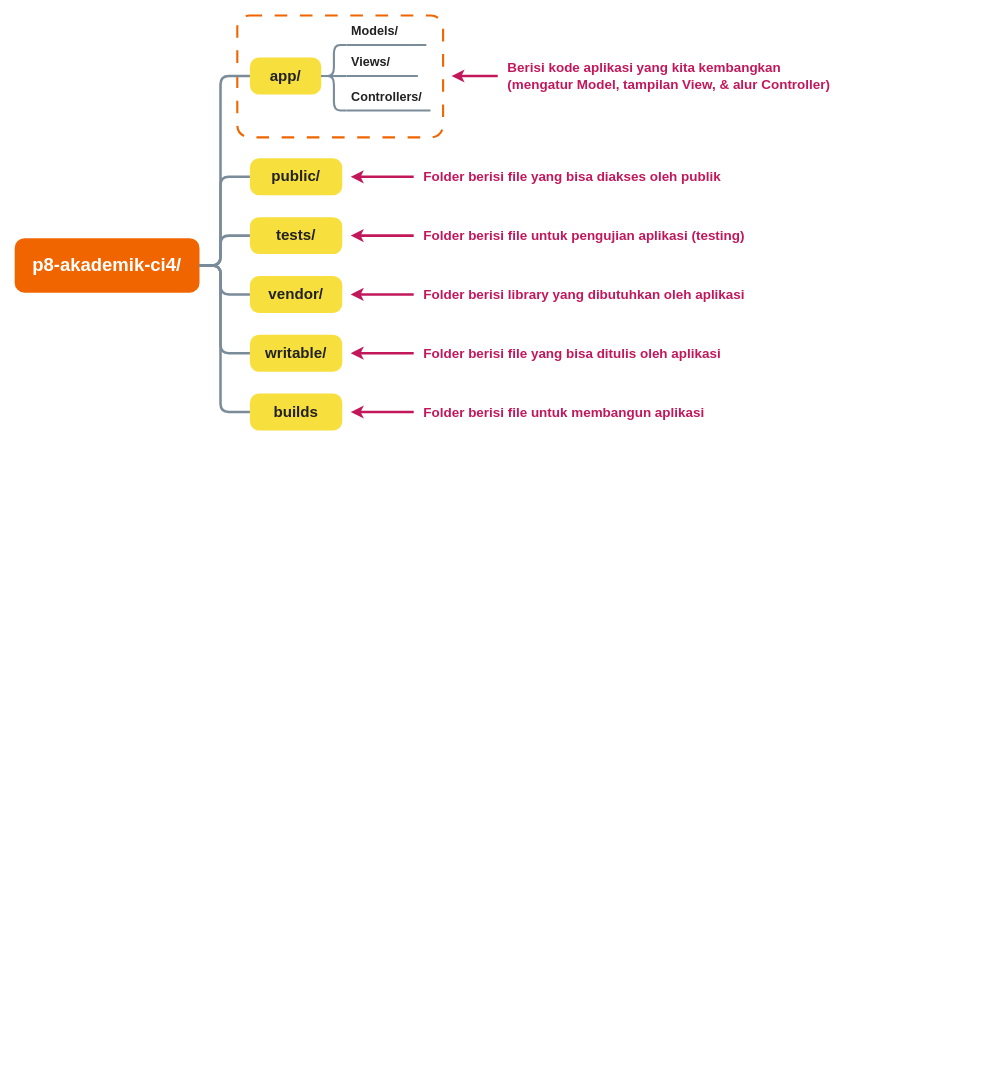
The draw.io diagram Struktur Folder Asprak PBW.drawio in xnoname2003/flowchart, before the edit. Source tidied: cells renumbered, new cells numbered last; positions are measured from the earlier drawing's top-left corner, leaving out a move shared by most shapes. Both pictures are drawn from the tidied source at 84%, with x=0, y=0 at pixel (14, 15).
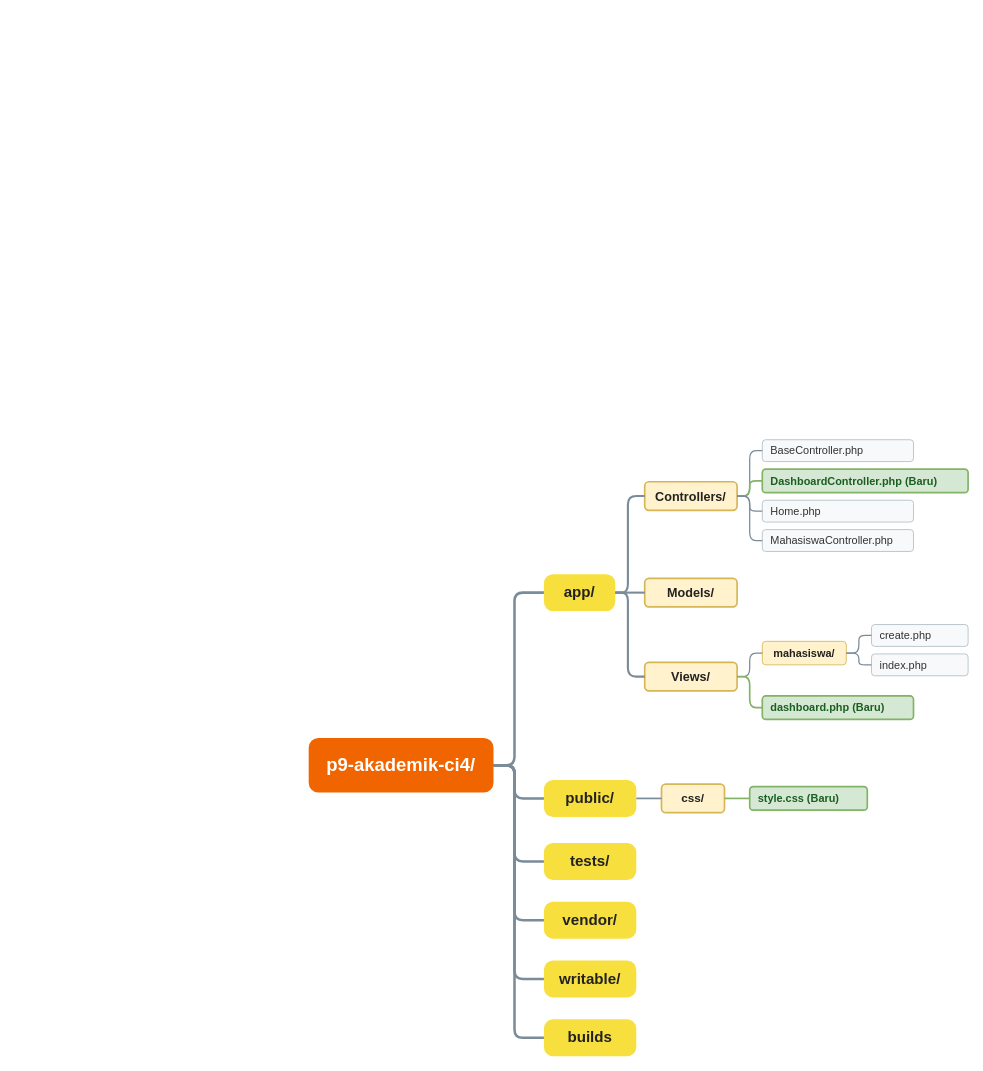
After the change.

The edit, as a diff of the source:
```diff
@@
-    <mxCell id="2" value="p8-akademik-ci4/" style="rounded=1;whiteSpace=wrap;html=1;fillColor=#F06500;strokeColor=none;fontColor=#FFFFFF;fontSize=22;fontStyle=1;arcSize=18;" parent="1" vertex="1">
-      <mxGeometry y="265" width="220" height="65" as="geometry" />
-    </mxCell>
-    <mxCell id="3" style="rounded=1;whiteSpace=wrap;html=1;fillColor=none;strokeColor=#F06500;strokeWidth=2.5;dashed=1;dashPattern=6 6;arcSize=10;" parent="1" vertex="1">
-      <mxGeometry x="265" width="245" height="145" as="geometry" />
-    </mxCell>
+    <mxCell id="34" value="p9-akademik-ci4/" style="rounded=1;whiteSpace=wrap;html=1;fillColor=#F06500;strokeColor=none;fontColor=#FFFFFF;fontSize=22;fontStyle=1;arcSize=18;" parent="1" vertex="1">
+      <mxGeometry x="350" y="860" width="220" height="65" as="geometry" />
+    </mxCell>
     <mxCell id="4" value="app/" style="rounded=1;whiteSpace=wrap;html=1;fillColor=#F7DF3E;strokeColor=none;fontColor=#222222;fontSize=18;fontStyle=1;arcSize=25;" parent="1" vertex="1">
-      <mxGeometry x="280" y="50" width="85" height="44" as="geometry" />
+      <mxGeometry x="630" y="665" width="85" height="44" as="geometry" />
     </mxCell>
-    <mxCell id="5" style="edgeStyle=orthogonalEdgeStyle;rounded=1;jettySize=auto;html=1;exitX=1;exitY=0.5;entryX=0;entryY=0.5;strokeColor=#7A8B99;strokeWidth=3;endArrow=none;" parent="1" edge="1" source="2" target="4">
-      <mxGeometry relative="1" as="geometry">
-        <Array as="points">
-          <mxPoint x="245" y="298" />
-          <mxPoint x="245" y="72" />
-        </Array>
-      </mxGeometry>
-    </mxCell>
+    <mxCell id="35" style="edgeStyle=orthogonalEdgeStyle;rounded=1;jettySize=auto;html=1;exitX=1;exitY=0.5;entryX=0;entryY=0.5;strokeColor=#7A8B99;strokeWidth=3;endArrow=none;" parent="1" edge="1" source="34" target="4">
+      <mxGeometry relative="1" as="geometry">
+        <Array as="points">
+          <mxPoint x="595" y="892" />
+          <mxPoint x="595" y="687" />
+        </Array>
+      </mxGeometry>
+    </mxCell>
+    <mxCell id="10" value="Controllers/" style="rounded=1;whiteSpace=wrap;html=1;fillColor=#FFF2CC;strokeColor=#D6B656;strokeWidth=2;fontColor=#222222;fontSize=15;fontStyle=1;" parent="1" vertex="1">
+      <mxGeometry x="750" y="555" width="110" height="34" as="geometry" />
+    </mxCell>
+    <mxCell id="11" style="edgeStyle=orthogonalEdgeStyle;rounded=1;html=1;exitX=1;exitY=0.5;entryX=0;entryY=0.5;strokeColor=#7A8B99;strokeWidth=2.5;endArrow=none;" parent="1" edge="1" source="4" target="10">
+      <mxGeometry relative="1" as="geometry">
+        <Array as="points">
+          <mxPoint x="730" y="687" />
+          <mxPoint x="730" y="572" />
+        </Array>
+      </mxGeometry>
+    </mxCell>
+    <mxCell id="36" value="BaseController.php" style="rounded=1;whiteSpace=wrap;html=1;fillColor=#F8F9FA;strokeColor=#B0BEC5;fontColor=#333333;fontSize=13;align=left;spacingLeft=8;" parent="1" vertex="1">
+      <mxGeometry x="890" y="505" width="180" height="26" as="geometry" />
+    </mxCell>
+    <mxCell id="37" style="edgeStyle=orthogonalEdgeStyle;rounded=1;html=1;exitX=1;exitY=0.5;entryX=0;entryY=0.5;strokeColor=#7A8B99;strokeWidth=1.5;endArrow=none;" parent="1" edge="1" source="10" target="36">
+      <mxGeometry relative="1" as="geometry">
+        <Array as="points">
+          <mxPoint x="875" y="572" />
+          <mxPoint x="875" y="518" />
+        </Array>
+      </mxGeometry>
+    </mxCell>
+    <mxCell id="38" value="DashboardController.php (Baru)" style="rounded=1;whiteSpace=wrap;html=1;fillColor=#D5E8D4;strokeColor=#82B366;strokeWidth=2;fontColor=#1B5E20;fontSize=13;fontStyle=1;align=left;spacingLeft=8;" parent="1" vertex="1">
+      <mxGeometry x="890" y="540" width="245" height="28" as="geometry" />
+    </mxCell>
+    <mxCell id="39" style="edgeStyle=orthogonalEdgeStyle;rounded=1;html=1;exitX=1;exitY=0.5;entryX=0;entryY=0.5;strokeColor=#82B366;strokeWidth=2;endArrow=none;" parent="1" edge="1" source="10" target="38">
+      <mxGeometry relative="1" as="geometry">
+        <Array as="points">
+          <mxPoint x="875" y="572" />
+          <mxPoint x="875" y="554" />
+        </Array>
+      </mxGeometry>
+    </mxCell>
+    <mxCell id="40" value="Home.php" style="rounded=1;whiteSpace=wrap;html=1;fillColor=#F8F9FA;strokeColor=#B0BEC5;fontColor=#333333;fontSize=13;align=left;spacingLeft=8;" parent="1" vertex="1">
+      <mxGeometry x="890" y="577" width="180" height="26" as="geometry" />
+    </mxCell>
+    <mxCell id="41" style="edgeStyle=orthogonalEdgeStyle;rounded=1;html=1;exitX=1;exitY=0.5;entryX=0;entryY=0.5;strokeColor=#7A8B99;strokeWidth=1.5;endArrow=none;" parent="1" edge="1" source="10" target="40">
+      <mxGeometry relative="1" as="geometry">
+        <Array as="points">
+          <mxPoint x="875" y="572" />
+          <mxPoint x="875" y="590" />
+        </Array>
+      </mxGeometry>
+    </mxCell>
+    <mxCell id="42" value="MahasiswaController.php" style="rounded=1;whiteSpace=wrap;html=1;fillColor=#F8F9FA;strokeColor=#B0BEC5;fontColor=#333333;fontSize=13;align=left;spacingLeft=8;" parent="1" vertex="1">
+      <mxGeometry x="890" y="612" width="180" height="26" as="geometry" />
+    </mxCell>
+    <mxCell id="43" style="edgeStyle=orthogonalEdgeStyle;rounded=1;html=1;exitX=1;exitY=0.5;entryX=0;entryY=0.5;strokeColor=#7A8B99;strokeWidth=1.5;endArrow=none;" parent="1" edge="1" source="10" target="42">
+      <mxGeometry relative="1" as="geometry">
+        <Array as="points">
+          <mxPoint x="875" y="572" />
+          <mxPoint x="875" y="625" />
+        </Array>
+      </mxGeometry>
+    </mxCell>
-    <mxCell id="6" value="Models/" style="whiteSpace=wrap;html=1;fillColor=none;strokeColor=#7A8B99;strokeWidth=2.5;fontColor=#222222;fontSize=15;fontStyle=1;align=left;spacingLeft=4;shape=line;verticalAlign=bottom;labelPosition=center;verticalLabelPosition=top;" parent="1" vertex="1">
-      <mxGeometry x="395" y="30" width="95" height="10" as="geometry" />
+    <mxCell id="6" value="Models/" style="rounded=1;whiteSpace=wrap;html=1;fillColor=#FFF2CC;strokeColor=#D6B656;strokeWidth=2;fontColor=#222222;fontSize=15;fontStyle=1;" parent="1" vertex="1">
+      <mxGeometry x="750" y="670" width="110" height="34" as="geometry" />
     </mxCell>
     <mxCell id="7" style="edgeStyle=orthogonalEdgeStyle;rounded=1;html=1;exitX=1;exitY=0.5;entryX=0;entryY=0.5;strokeColor=#7A8B99;strokeWidth=2.5;endArrow=none;" parent="1" edge="1" source="4" target="6">
-      <mxGeometry relative="1" as="geometry">
-        <Array as="points">
-          <mxPoint x="380" y="72" />
-          <mxPoint x="380" y="35" />
-        </Array>
-      </mxGeometry>
+      <mxGeometry relative="1" as="geometry" />
     </mxCell>
-    <mxCell id="8" value="Views/" style="whiteSpace=wrap;html=1;fillColor=none;strokeColor=#7A8B99;strokeWidth=2.5;fontColor=#222222;fontSize=15;fontStyle=1;align=left;spacingLeft=4;shape=line;verticalAlign=bottom;labelPosition=center;verticalLabelPosition=top;" parent="1" vertex="1">
-      <mxGeometry x="395" y="67" width="85" height="10" as="geometry" />
+    <mxCell id="8" value="Views/" style="rounded=1;whiteSpace=wrap;html=1;fillColor=#FFF2CC;strokeColor=#D6B656;strokeWidth=2;fontColor=#222222;fontSize=15;fontStyle=1;" parent="1" vertex="1">
+      <mxGeometry x="750" y="770" width="110" height="34" as="geometry" />
     </mxCell>
     <mxCell id="9" style="edgeStyle=orthogonalEdgeStyle;rounded=1;html=1;exitX=1;exitY=0.5;entryX=0;entryY=0.5;strokeColor=#7A8B99;strokeWidth=2.5;endArrow=none;" parent="1" edge="1" source="4" target="8">
-      <mxGeometry relative="1" as="geometry" />
+      <mxGeometry relative="1" as="geometry">
+        <Array as="points">
+          <mxPoint x="730" y="687" />
+          <mxPoint x="730" y="787" />
+        </Array>
+      </mxGeometry>
     </mxCell>
-    <mxCell id="10" value="Controllers/" style="whiteSpace=wrap;html=1;fillColor=none;strokeColor=#7A8B99;strokeWidth=2.5;fontColor=#222222;fontSize=15;fontStyle=1;align=left;spacingLeft=4;shape=line;verticalAlign=bottom;labelPosition=center;verticalLabelPosition=top;" parent="1" vertex="1">
-      <mxGeometry x="395" y="108" width="100" height="10" as="geometry" />
-    </mxCell>
-    <mxCell id="11" style="edgeStyle=orthogonalEdgeStyle;rounded=1;html=1;exitX=1;exitY=0.5;entryX=0;entryY=0.5;strokeColor=#7A8B99;strokeWidth=2.5;endArrow=none;" parent="1" edge="1" source="4" target="10">
-      <mxGeometry relative="1" as="geometry">
-        <Array as="points">
-          <mxPoint x="380" y="72" />
-          <mxPoint x="380" y="113" />
-        </Array>
-      </mxGeometry>
-    </mxCell>
-    <mxCell id="12" value="Berisi kode aplikasi yang kita kembangkan&#10;(mengatur Model, tampilan View, &amp; alur Controller)" style="text;html=1;strokeColor=none;fillColor=none;align=left;verticalAlign=middle;whiteSpace=wrap;fontColor=#C2185B;fontSize=16;fontStyle=1;" parent="1" vertex="1">
-      <mxGeometry x="585" y="42" width="420" height="60" as="geometry" />
-    </mxCell>
-    <mxCell id="13" style="edgeStyle=none;html=1;strokeColor=#C2185B;strokeWidth=3;endArrow=classic;" parent="1" edge="1">
-      <mxGeometry relative="1" as="geometry">
-        <mxPoint x="575" y="72" as="sourcePoint" />
-        <mxPoint x="520" y="72" as="targetPoint" />
-      </mxGeometry>
-    </mxCell>
+    <mxCell id="44" value="mahasiswa/" style="rounded=1;whiteSpace=wrap;html=1;fillColor=#FFF2CC;strokeColor=#D6B656;fontColor=#222222;fontSize=13;fontStyle=1;" parent="1" vertex="1">
+      <mxGeometry x="890" y="745" width="100" height="28" as="geometry" />
+    </mxCell>
+    <mxCell id="45" style="edgeStyle=orthogonalEdgeStyle;rounded=1;html=1;exitX=1;exitY=0.5;entryX=0;entryY=0.5;strokeColor=#7A8B99;strokeWidth=1.5;endArrow=none;" parent="1" edge="1" source="8" target="44">
+      <mxGeometry relative="1" as="geometry">
+        <Array as="points">
+          <mxPoint x="875" y="787" />
+          <mxPoint x="875" y="759" />
+        </Array>
+      </mxGeometry>
+    </mxCell>
+    <mxCell id="46" value="create.php" style="rounded=1;whiteSpace=wrap;html=1;fillColor=#F8F9FA;strokeColor=#B0BEC5;fontColor=#333333;fontSize=13;align=left;spacingLeft=8;" parent="1" vertex="1">
+      <mxGeometry x="1020" y="725" width="115" height="26" as="geometry" />
+    </mxCell>
+    <mxCell id="47" style="edgeStyle=orthogonalEdgeStyle;rounded=1;html=1;exitX=1;exitY=0.5;entryX=0;entryY=0.5;strokeColor=#7A8B99;strokeWidth=1.5;endArrow=none;" parent="1" edge="1" source="44" target="46">
+      <mxGeometry relative="1" as="geometry">
+        <Array as="points">
+          <mxPoint x="1005" y="759" />
+          <mxPoint x="1005" y="738" />
+        </Array>
+      </mxGeometry>
+    </mxCell>
+    <mxCell id="48" value="index.php" style="rounded=1;whiteSpace=wrap;html=1;fillColor=#F8F9FA;strokeColor=#B0BEC5;fontColor=#333333;fontSize=13;align=left;spacingLeft=8;" parent="1" vertex="1">
+      <mxGeometry x="1020" y="760" width="115" height="26" as="geometry" />
+    </mxCell>
+    <mxCell id="49" style="edgeStyle=orthogonalEdgeStyle;rounded=1;html=1;exitX=1;exitY=0.5;entryX=0;entryY=0.5;strokeColor=#7A8B99;strokeWidth=1.5;endArrow=none;" parent="1" edge="1" source="44" target="48">
+      <mxGeometry relative="1" as="geometry">
+        <Array as="points">
+          <mxPoint x="1005" y="759" />
+          <mxPoint x="1005" y="773" />
+        </Array>
+      </mxGeometry>
+    </mxCell>
+    <mxCell id="50" value="dashboard.php (Baru)" style="rounded=1;whiteSpace=wrap;html=1;fillColor=#D5E8D4;strokeColor=#82B366;strokeWidth=2;fontColor=#1B5E20;fontSize=13;fontStyle=1;align=left;spacingLeft=8;" parent="1" vertex="1">
+      <mxGeometry x="890" y="810" width="180" height="28" as="geometry" />
+    </mxCell>
+    <mxCell id="51" style="edgeStyle=orthogonalEdgeStyle;rounded=1;html=1;exitX=1;exitY=0.5;entryX=0;entryY=0.5;strokeColor=#82B366;strokeWidth=2;endArrow=none;" parent="1" edge="1" source="8" target="50">
+      <mxGeometry relative="1" as="geometry">
+        <Array as="points">
+          <mxPoint x="875" y="787" />
+          <mxPoint x="875" y="824" />
+        </Array>
+      </mxGeometry>
+    </mxCell>
     <mxCell id="14" value="public/" style="rounded=1;whiteSpace=wrap;html=1;fillColor=#F7DF3E;strokeColor=none;fontColor=#222222;fontSize=18;fontStyle=1;arcSize=25;" parent="1" vertex="1">
-      <mxGeometry x="280" y="170" width="110" height="44" as="geometry" />
+      <mxGeometry x="630" y="910" width="110" height="44" as="geometry" />
     </mxCell>
-    <mxCell id="15" style="edgeStyle=orthogonalEdgeStyle;rounded=1;html=1;exitX=1;exitY=0.5;entryX=0;entryY=0.5;strokeColor=#7A8B99;strokeWidth=3;endArrow=none;" parent="1" edge="1" source="2" target="14">
-      <mxGeometry relative="1" as="geometry">
-        <Array as="points">
-          <mxPoint x="245" y="298" />
-          <mxPoint x="245" y="192" />
-        </Array>
-      </mxGeometry>
-    </mxCell>
-    <mxCell id="16" value="Folder berisi file yang bisa diakses oleh publik" style="text;html=1;strokeColor=none;fillColor=none;align=left;verticalAlign=middle;whiteSpace=wrap;fontColor=#C2185B;fontSize=16;fontStyle=1;" parent="1" vertex="1">
-      <mxGeometry x="485" y="170" width="480" height="44" as="geometry" />
-    </mxCell>
-    <mxCell id="17" style="edgeStyle=none;html=1;strokeColor=#C2185B;strokeWidth=3;endArrow=classic;" parent="1" edge="1">
-      <mxGeometry relative="1" as="geometry">
-        <mxPoint x="475" y="192" as="sourcePoint" />
-        <mxPoint x="400" y="192" as="targetPoint" />
-      </mxGeometry>
-    </mxCell>
+    <mxCell id="52" style="edgeStyle=orthogonalEdgeStyle;rounded=1;html=1;exitX=1;exitY=0.5;entryX=0;entryY=0.5;strokeColor=#7A8B99;strokeWidth=3;endArrow=none;" parent="1" edge="1" source="34" target="14">
+      <mxGeometry relative="1" as="geometry">
+        <Array as="points">
+          <mxPoint x="595" y="892" />
+          <mxPoint x="595" y="932" />
+        </Array>
+      </mxGeometry>
+    </mxCell>
+    <mxCell id="53" value="css/" style="rounded=1;whiteSpace=wrap;html=1;fillColor=#FFF2CC;strokeColor=#D6B656;strokeWidth=2;fontColor=#222222;fontSize=14;fontStyle=1;" parent="1" vertex="1">
+      <mxGeometry x="770" y="915" width="75" height="34" as="geometry" />
+    </mxCell>
+    <mxCell id="54" style="edgeStyle=orthogonalEdgeStyle;rounded=1;html=1;exitX=1;exitY=0.5;entryX=0;entryY=0.5;strokeColor=#7A8B99;strokeWidth=2;endArrow=none;" parent="1" edge="1" source="14" target="53">
+      <mxGeometry relative="1" as="geometry" />
+    </mxCell>
+    <mxCell id="55" value="style.css (Baru)" style="rounded=1;whiteSpace=wrap;html=1;fillColor=#D5E8D4;strokeColor=#82B366;strokeWidth=2;fontColor=#1B5E20;fontSize=13;fontStyle=1;align=left;spacingLeft=8;" parent="1" vertex="1">
+      <mxGeometry x="875" y="918" width="140" height="28" as="geometry" />
+    </mxCell>
+    <mxCell id="56" style="edgeStyle=orthogonalEdgeStyle;rounded=1;html=1;exitX=1;exitY=0.5;entryX=0;entryY=0.5;strokeColor=#82B366;strokeWidth=2;endArrow=none;" parent="1" edge="1" source="53" target="55">
+      <mxGeometry relative="1" as="geometry" />
+    </mxCell>
     <mxCell id="18" value="tests/" style="rounded=1;whiteSpace=wrap;html=1;fillColor=#F7DF3E;strokeColor=none;fontColor=#222222;fontSize=18;fontStyle=1;arcSize=25;" parent="1" vertex="1">
-      <mxGeometry x="280" y="240" width="110" height="44" as="geometry" />
+      <mxGeometry x="630" y="985" width="110" height="44" as="geometry" />
     </mxCell>
-    <mxCell id="19" style="edgeStyle=orthogonalEdgeStyle;rounded=1;html=1;exitX=1;exitY=0.5;entryX=0;entryY=0.5;strokeColor=#7A8B99;strokeWidth=3;endArrow=none;" parent="1" edge="1" source="2" target="18">
-      <mxGeometry relative="1" as="geometry">
-        <Array as="points">
-          <mxPoint x="245" y="298" />
-          <mxPoint x="245" y="262" />
-        </Array>
-      </mxGeometry>
-    </mxCell>
-    <mxCell id="20" value="Folder berisi file untuk pengujian aplikasi (testing)" style="text;html=1;strokeColor=none;fillColor=none;align=left;verticalAlign=middle;whiteSpace=wrap;fontColor=#C2185B;fontSize=16;fontStyle=1;" parent="1" vertex="1">
-      <mxGeometry x="485" y="240" width="480" height="44" as="geometry" />
-    </mxCell>
-    <mxCell id="21" style="edgeStyle=none;html=1;strokeColor=#C2185B;strokeWidth=3;endArrow=classic;" parent="1" edge="1">
-      <mxGeometry relative="1" as="geometry">
-        <mxPoint x="475" y="262" as="sourcePoint" />
-        <mxPoint x="400" y="262" as="targetPoint" />
-      </mxGeometry>
-    </mxCell>
+    <mxCell id="57" style="edgeStyle=orthogonalEdgeStyle;rounded=1;html=1;exitX=1;exitY=0.5;entryX=0;entryY=0.5;strokeColor=#7A8B99;strokeWidth=3;endArrow=none;" parent="1" edge="1" source="34" target="18">
+      <mxGeometry relative="1" as="geometry">
+        <Array as="points">
+          <mxPoint x="595" y="892" />
+          <mxPoint x="595" y="1007" />
+        </Array>
+      </mxGeometry>
+    </mxCell>
     <mxCell id="22" value="vendor/" style="rounded=1;whiteSpace=wrap;html=1;fillColor=#F7DF3E;strokeColor=none;fontColor=#222222;fontSize=18;fontStyle=1;arcSize=25;" parent="1" vertex="1">
-      <mxGeometry x="280" y="310" width="110" height="44" as="geometry" />
+      <mxGeometry x="630" y="1055" width="110" height="44" as="geometry" />
     </mxCell>
-    <mxCell id="23" style="edgeStyle=orthogonalEdgeStyle;rounded=1;html=1;exitX=1;exitY=0.5;entryX=0;entryY=0.5;strokeColor=#7A8B99;strokeWidth=3;endArrow=none;" parent="1" edge="1" source="2" target="22">
-      <mxGeometry relative="1" as="geometry">
-        <Array as="points">
-          <mxPoint x="245" y="298" />
-          <mxPoint x="245" y="332" />
-        </Array>
-      </mxGeometry>
-    </mxCell>
-    <mxCell id="24" value="Folder berisi library yang dibutuhkan oleh aplikasi" style="text;html=1;strokeColor=none;fillColor=none;align=left;verticalAlign=middle;whiteSpace=wrap;fontColor=#C2185B;fontSize=16;fontStyle=1;" parent="1" vertex="1">
-      <mxGeometry x="485" y="310" width="480" height="44" as="geometry" />
-    </mxCell>
-    <mxCell id="25" style="edgeStyle=none;html=1;strokeColor=#C2185B;strokeWidth=3;endArrow=classic;" parent="1" edge="1">
-      <mxGeometry relative="1" as="geometry">
-        <mxPoint x="475" y="332" as="sourcePoint" />
-        <mxPoint x="400" y="332" as="targetPoint" />
-      </mxGeometry>
-    </mxCell>
+    <mxCell id="58" style="edgeStyle=orthogonalEdgeStyle;rounded=1;html=1;exitX=1;exitY=0.5;entryX=0;entryY=0.5;strokeColor=#7A8B99;strokeWidth=3;endArrow=none;" parent="1" edge="1" source="34" target="22">
+      <mxGeometry relative="1" as="geometry">
+        <Array as="points">
+          <mxPoint x="595" y="892" />
+          <mxPoint x="595" y="1077" />
+        </Array>
+      </mxGeometry>
+    </mxCell>
     <mxCell id="26" value="writable/" style="rounded=1;whiteSpace=wrap;html=1;fillColor=#F7DF3E;strokeColor=none;fontColor=#222222;fontSize=18;fontStyle=1;arcSize=25;" parent="1" vertex="1">
-      <mxGeometry x="280" y="380" width="110" height="44" as="geometry" />
+      <mxGeometry x="630" y="1125" width="110" height="44" as="geometry" />
     </mxCell>
-    <mxCell id="27" style="edgeStyle=orthogonalEdgeStyle;rounded=1;html=1;exitX=1;exitY=0.5;entryX=0;entryY=0.5;strokeColor=#7A8B99;strokeWidth=3;endArrow=none;" parent="1" edge="1" source="2" target="26">
-      <mxGeometry relative="1" as="geometry">
-        <Array as="points">
-          <mxPoint x="245" y="298" />
-          <mxPoint x="245" y="402" />
-        </Array>
-      </mxGeometry>
-    </mxCell>
-    <mxCell id="28" value="Folder berisi file yang bisa ditulis oleh aplikasi" style="text;html=1;strokeColor=none;fillColor=none;align=left;verticalAlign=middle;whiteSpace=wrap;fontColor=#C2185B;fontSize=16;fontStyle=1;" parent="1" vertex="1">
-      <mxGeometry x="485" y="380" width="480" height="44" as="geometry" />
-    </mxCell>
-    <mxCell id="29" style="edgeStyle=none;html=1;strokeColor=#C2185B;strokeWidth=3;endArrow=classic;" parent="1" edge="1">
-      <mxGeometry relative="1" as="geometry">
-        <mxPoint x="475" y="402" as="sourcePoint" />
-        <mxPoint x="400" y="402" as="targetPoint" />
-      </mxGeometry>
-    </mxCell>
+    <mxCell id="59" style="edgeStyle=orthogonalEdgeStyle;rounded=1;html=1;exitX=1;exitY=0.5;entryX=0;entryY=0.5;strokeColor=#7A8B99;strokeWidth=3;endArrow=none;" parent="1" edge="1" source="34" target="26">
+      <mxGeometry relative="1" as="geometry">
+        <Array as="points">
+          <mxPoint x="595" y="892" />
+          <mxPoint x="595" y="1147" />
+        </Array>
+      </mxGeometry>
+    </mxCell>
     <mxCell id="30" value="builds" style="rounded=1;whiteSpace=wrap;html=1;fillColor=#F7DF3E;strokeColor=none;fontColor=#222222;fontSize=18;fontStyle=1;arcSize=25;" parent="1" vertex="1">
-      <mxGeometry x="280" y="450" width="110" height="44" as="geometry" />
+      <mxGeometry x="630" y="1195" width="110" height="44" as="geometry" />
     </mxCell>
-    <mxCell id="31" style="edgeStyle=orthogonalEdgeStyle;rounded=1;html=1;exitX=1;exitY=0.5;entryX=0;entryY=0.5;strokeColor=#7A8B99;strokeWidth=3;endArrow=none;" parent="1" edge="1" source="2" target="30">
-      <mxGeometry relative="1" as="geometry">
-        <Array as="points">
-          <mxPoint x="245" y="298" />
-          <mxPoint x="245" y="472" />
-        </Array>
-      </mxGeometry>
-    </mxCell>
-    <mxCell id="32" value="Folder berisi file untuk membangun aplikasi" style="text;html=1;strokeColor=none;fillColor=none;align=left;verticalAlign=middle;whiteSpace=wrap;fontColor=#C2185B;fontSize=16;fontStyle=1;" parent="1" vertex="1">
-      <mxGeometry x="485" y="450" width="480" height="44" as="geometry" />
-    </mxCell>
-    <mxCell id="33" style="edgeStyle=none;html=1;strokeColor=#C2185B;strokeWidth=3;endArrow=classic;" parent="1" edge="1">
-      <mxGeometry relative="1" as="geometry">
-        <mxPoint x="475" y="472" as="sourcePoint" />
-        <mxPoint x="400" y="472" as="targetPoint" />
-      </mxGeometry>
-    </mxCell>
+    <mxCell id="60" style="edgeStyle=orthogonalEdgeStyle;rounded=1;html=1;exitX=1;exitY=0.5;entryX=0;entryY=0.5;strokeColor=#7A8B99;strokeWidth=3;endArrow=none;" parent="1" edge="1" source="34" target="30">
+      <mxGeometry relative="1" as="geometry">
+        <Array as="points">
+          <mxPoint x="595" y="892" />
+          <mxPoint x="595" y="1217" />
+        </Array>
+      </mxGeometry>
+    </mxCell>
```
